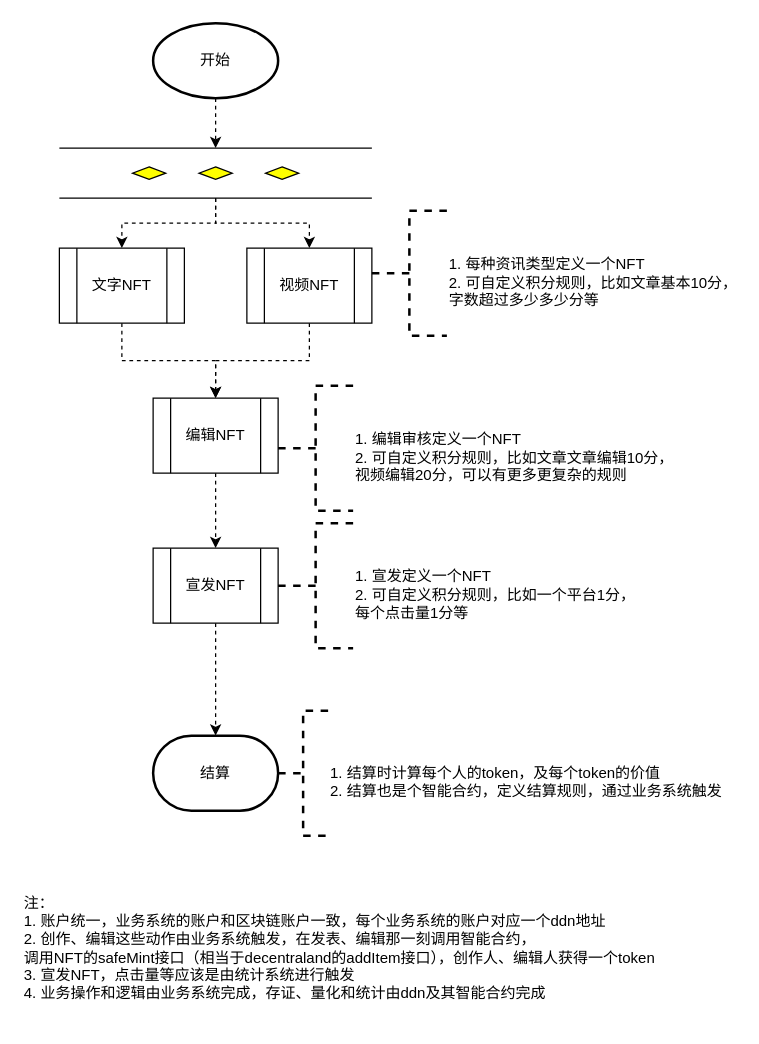
This is nft.drawio from cnTailor/draw, a draw.io file, before an edit. Source tidied: cells renumbered, new cells numbered last; positions are measured from the earlier drawing's top-left corner, leaving out a move shared by most shapes. Both pictures are drawn from the tidied source at 125%, with x=0, y=0 at pixel (21, 22).
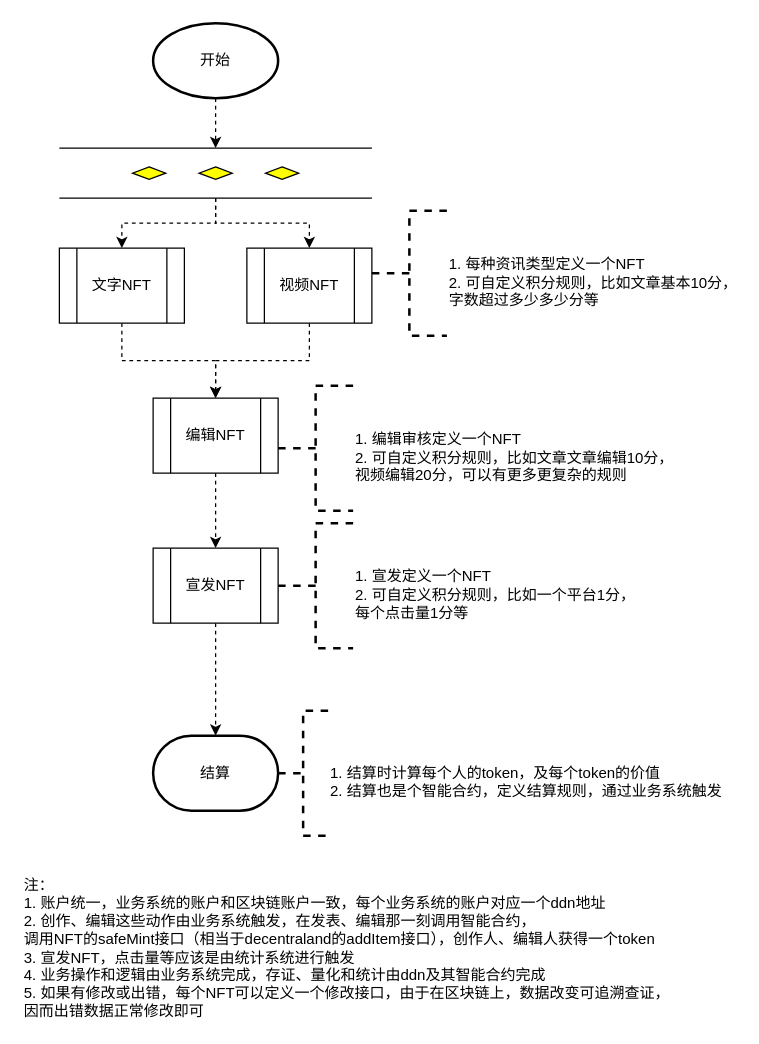
The same page after the edit.

Change to the diagram source:
```diff
@@
-    <mxCell id="20" value="注：&lt;br&gt;1. 账户统一，业务系统的账户和区块链账户一致，每个业务系统的账户对应一个ddn地址&lt;br&gt;2. 创作、编辑这些动作由业务系统触发，在发表、编辑那一刻调用智能合约，&lt;br&gt;调用NFT的safeMint接口（相当于decentraland的addItem接口），创作人、编辑人获得一个token&lt;br&gt;3. 宣发NFT，点击量等应该是由统计系统进行触发&lt;br&gt;4. 业务操作和逻辑由业务系统完成，存证、量化和统计由ddn及其智能合约完成" style="text;html=1;align=left;verticalAlign=middle;strokeColor=none;" parent="1" vertex="1">
-      <mxGeometry y="695" width="530" height="90" as="geometry" />
+    <mxCell id="20" value="注：&lt;br&gt;1. 账户统一，业务系统的账户和区块链账户一致，每个业务系统的账户对应一个ddn地址&lt;br&gt;2. 创作、编辑这些动作由业务系统触发，在发表、编辑那一刻调用智能合约，&lt;br&gt;调用NFT的safeMint接口（相当于decentraland的addItem接口），创作人、编辑人获得一个token&lt;br&gt;3. 宣发NFT，点击量等应该是由统计系统进行触发&lt;br&gt;4. 业务操作和逻辑由业务系统完成，存证、量化和统计由ddn及其智能合约完成&lt;br&gt;5. 如果有修改或出错，每个NFT可以定义一个修改接口，由于在区块链上，数据改变可追溯查证，&lt;br&gt;因而出错数据正常修改即可" style="text;html=1;align=left;verticalAlign=middle;strokeColor=none;" parent="1" vertex="1">
+      <mxGeometry y="680" width="530" height="120" as="geometry" />
     </mxCell>
```
